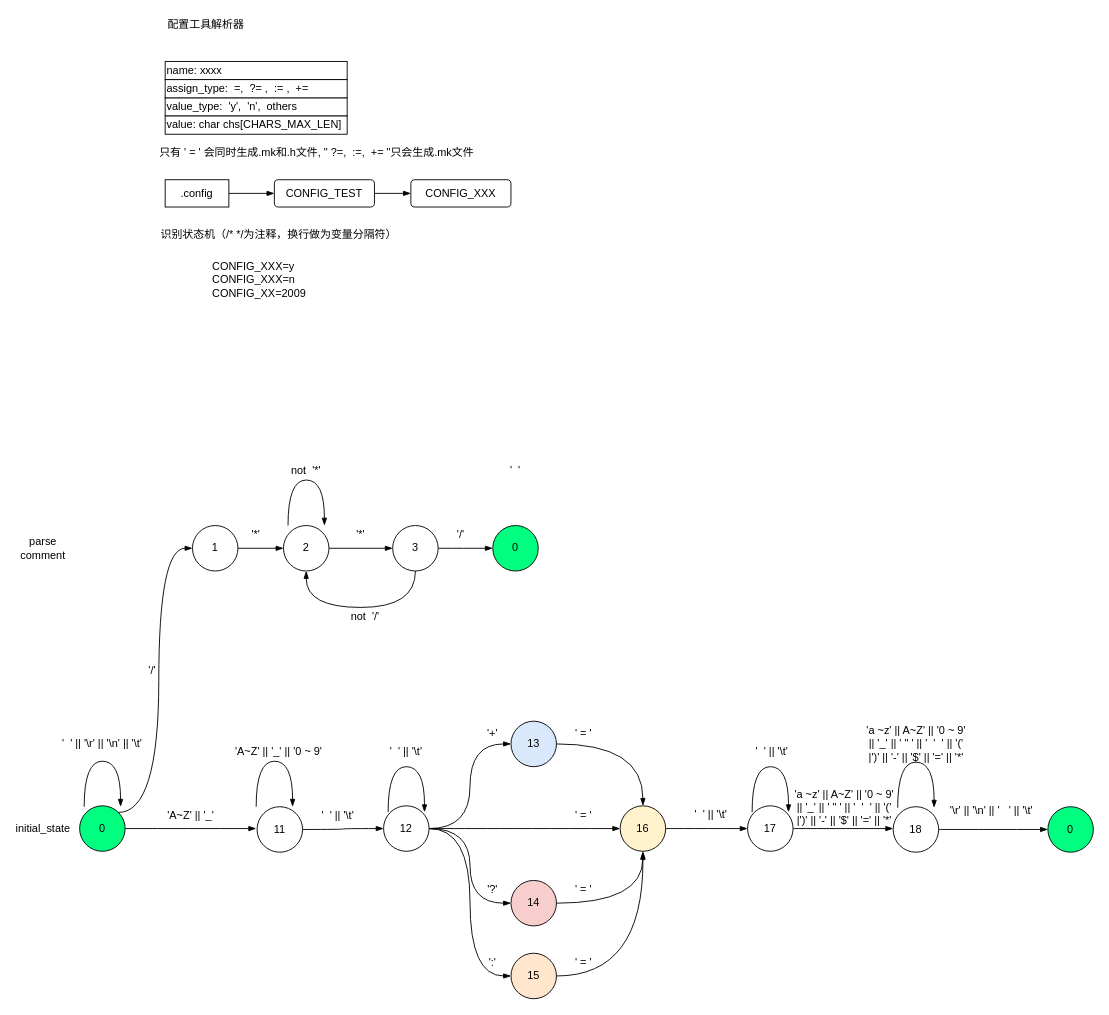
Earlier version of the draw.io diagram documents/zh/config解析器.drawio (ShanwuLi/PlainOS). Source tidied: cells renumbered, new cells numbered last; positions are measured from the earlier drawing's top-left corner, leaving out a move shared by most shapes. Both pictures are drawn from the tidied source at 91%, with x=0, y=0 at pixel (25, 15).
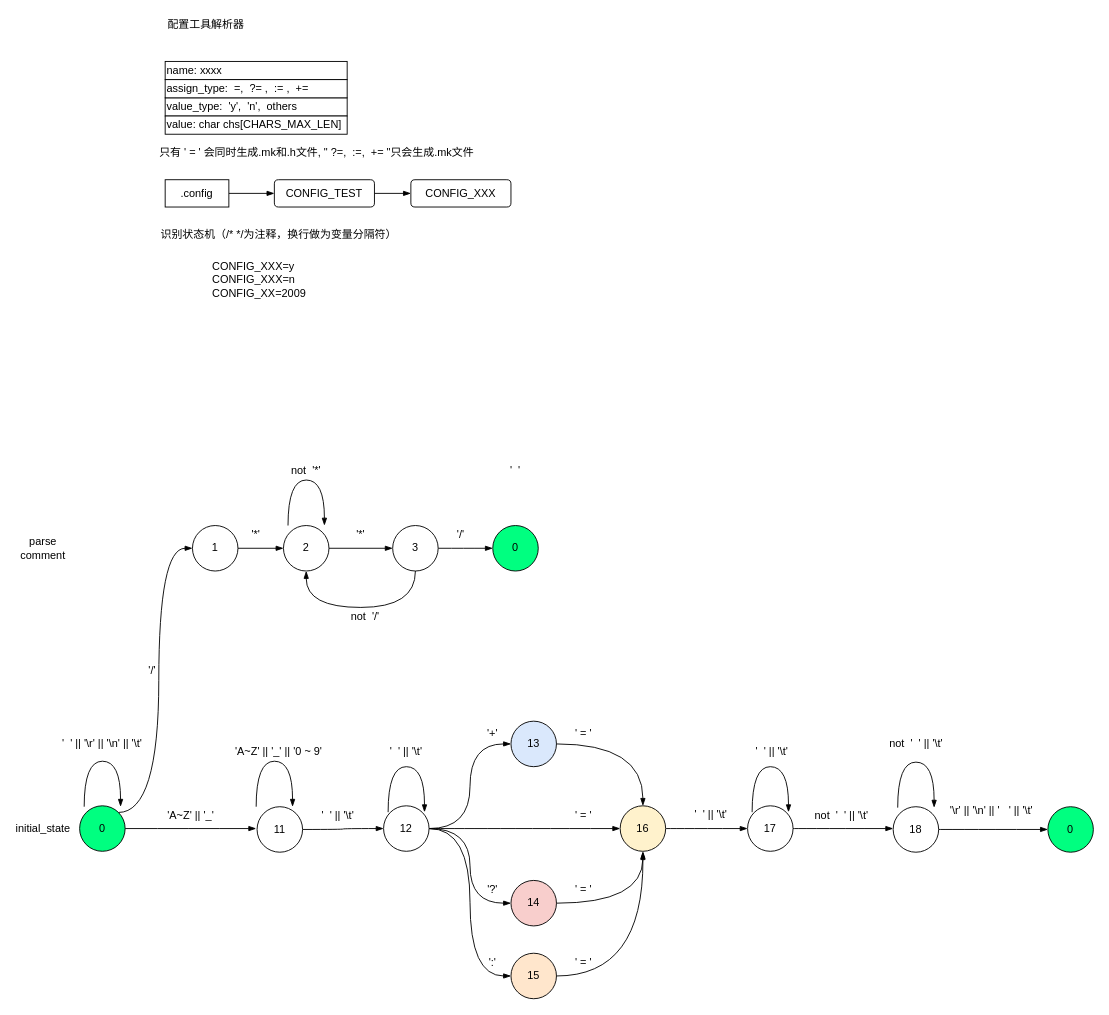
Above is the later version.

Commit message:
add design doc(zh) for config parser

What changed in the source:
```diff
@@
-    <mxCell id="76" value="'a ~z' || A~Z' || '0 ~ 9' || '_' || ' &quot; ' || '&amp;nbsp; '&amp;nbsp; ' || '(' |')' || '-' || '$' || '=' || '*'" style="text;html=1;strokeColor=none;fillColor=none;align=center;verticalAlign=middle;whiteSpace=wrap;rounded=0;" parent="1" vertex="1">
-      <mxGeometry x="844" y="860" width="113" height="20" as="geometry" />
-    </mxCell>
-    <mxCell id="77" value="'a ~z' || A~Z' || '0 ~ 9' || '_' || ' &quot; ' || '&amp;nbsp; '&amp;nbsp; ' || '(' |')' || '-' || '$' || '=' || '*'" style="text;html=1;strokeColor=none;fillColor=none;align=center;verticalAlign=middle;whiteSpace=wrap;rounded=0;" parent="1" vertex="1">
+    <mxCell id="77" value="not&amp;nbsp; '&amp;nbsp; ' || '\t'" style="text;html=1;strokeColor=none;fillColor=none;align=center;verticalAlign=middle;whiteSpace=wrap;rounded=0;" parent="1" vertex="1">
       <mxGeometry x="922.5" y="790" width="113" height="20" as="geometry" />
     </mxCell>
+    <mxCell id="78" value="not&amp;nbsp; '&amp;nbsp; ' || '\t'" style="text;html=1;strokeColor=none;fillColor=none;align=center;verticalAlign=middle;whiteSpace=wrap;rounded=0;" parent="1" vertex="1">
+      <mxGeometry x="841" y="869" width="113" height="20" as="geometry" />
+    </mxCell>
```
